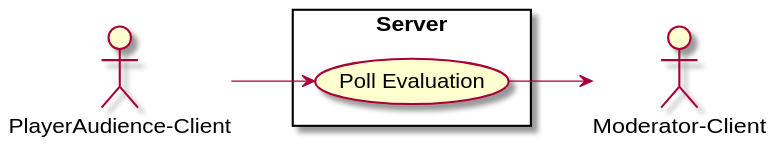
Above: Docs/Technical Specifications/docs/diagrams/use-case-diagrams/serverlogic.svg in Brotenko/QualityQuest (PlantUML), before the change.
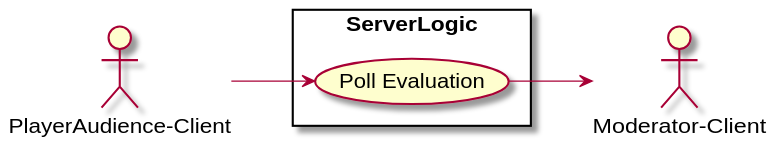
Above is the later version.

The edit, as a diff of the source:
```diff
@@ -2,7 +2,7 @@
 left to right direction
 actor "PlayerAudience-Client" as AUDC
 actor "Moderator-Client" as MODC
-rectangle "Server" {
+rectangle "ServerLogic" {
 usecase "Poll Evaluation" as PE
 }
 
```
